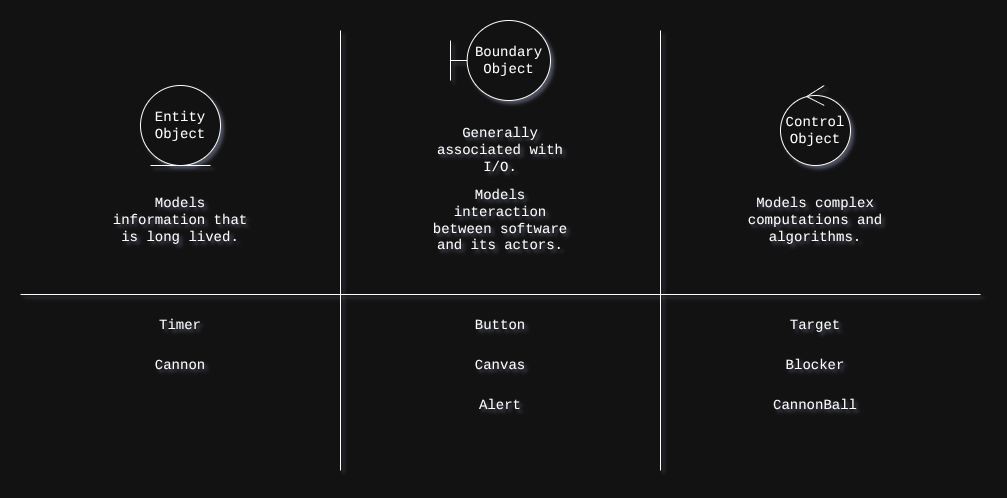
The draw.io diagram docs/UML/Class_Design/UML_stereotypes_entity_boundary_control.png in actellim/cannon_game, before a commit. Source tidied: cells renumbered, new cells last; positions are measured from the earlier drawing's top-left corner, leaving out a move shared by most shapes.
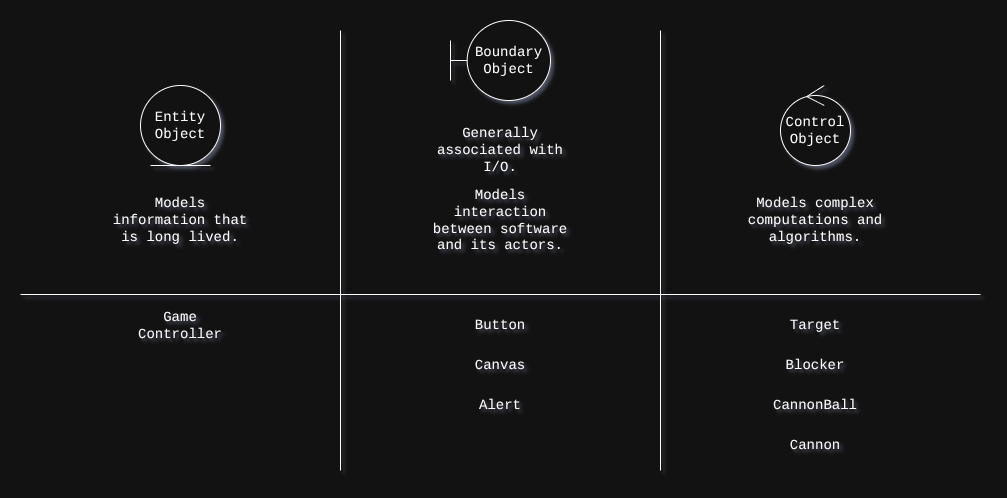
Above is the later version.

Commit message:
Revised UML to make use of a GameController.

The edit, as a diff of the source:
```diff
@@ -48,10 +48,10 @@
       <mxGeometry x="450" y="290" width="60" height="30" as="geometry" />
     </mxCell>
     <mxCell id="15" value="Cannon" style="text;html=1;whiteSpace=wrap;strokeColor=none;fillColor=none;align=center;verticalAlign=middle;rounded=0;fontFamily=Courier New;fontSize=14;" parent="1" vertex="1">
-      <mxGeometry x="130" y="330" width="60" height="30" as="geometry" />
+      <mxGeometry x="765" y="410" width="60" height="30" as="geometry" />
     </mxCell>
-    <mxCell id="16" value="Timer" style="text;html=1;whiteSpace=wrap;strokeColor=none;fillColor=none;align=center;verticalAlign=middle;rounded=0;fontFamily=Courier New;fontSize=14;" parent="1" vertex="1">
-      <mxGeometry x="130" y="290" width="60" height="30" as="geometry" />
+    <mxCell id="16" value="Game Controller" style="text;html=1;whiteSpace=wrap;strokeColor=none;fillColor=none;align=center;verticalAlign=middle;rounded=0;fontFamily=Courier New;fontSize=14;" parent="1" vertex="1">
+      <mxGeometry x="110" y="290" width="100" height="30" as="geometry" />
     </mxCell>
     <mxCell id="17" value="Target" style="text;html=1;whiteSpace=wrap;strokeColor=none;fillColor=none;align=center;verticalAlign=middle;rounded=0;fontFamily=Courier New;fontSize=14;" parent="1" vertex="1">
       <mxGeometry x="765" y="290" width="60" height="30" as="geometry" />
```
